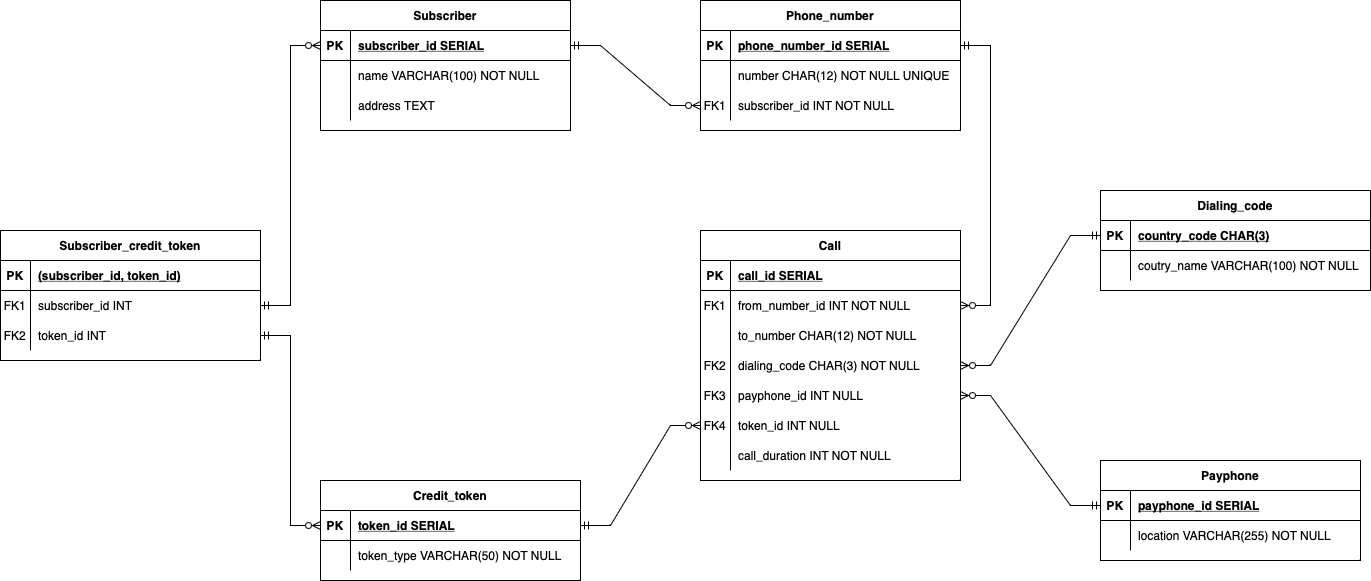
Earlier version of the draw.io export lab1/diagrams/dl_diagram.drawio.png (razgonyaevm/lab_bd). Source tidied: cells renumbered, new cells last; positions are measured from the earlier drawing's top-left corner, leaving out a move shared by most shapes.
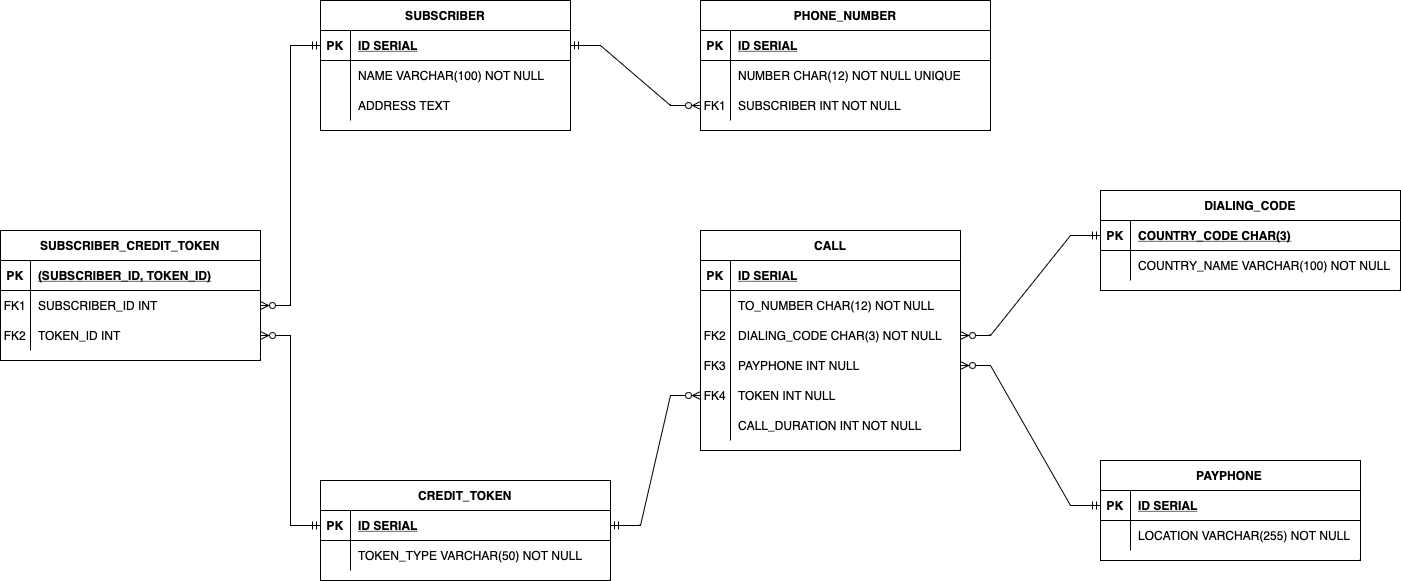
Later version of the same file.

Commit message:
Updated datalogical diagram for lab1

Change to the diagram source:
```diff
@@ -4,7 +4,7 @@
     <mxCell id="1" parent="0" />
-    <mxCell id="2" value="Phone_number" style="shape=table;startSize=30;rowLines=0;fontStyle=1;align=center;" parent="1" vertex="1">
-      <mxGeometry x="700" width="260" height="130" as="geometry" />
+    <mxCell id="2" value="PHONE_NUMBER" style="shape=table;startSize=30;rowLines=0;fontStyle=1;align=center;" parent="1" vertex="1">
+      <mxGeometry x="700" width="290" height="130" as="geometry" />
     </mxCell>
     <mxCell id="3" style="shape=partialRectangle;fillColor=none;points=[[0,0.5],[1,0.5]];portConstraint=eastwest;top=0;left=0;right=0;bottom=1;" parent="2" vertex="1">
-      <mxGeometry y="30" width="260" height="30" as="geometry" />
+      <mxGeometry y="30" width="290" height="30" as="geometry" />
     </mxCell>
@@ -13,7 +13,7 @@
     </mxCell>
-    <mxCell id="5" value="phone_number_id SERIAL" style="shape=partialRectangle;overflow=hidden;fillColor=none;top=0;left=0;bottom=0;right=0;align=left;spacingLeft=6;fontStyle=5;" parent="3" vertex="1">
-      <mxGeometry x="30" width="230" height="30" as="geometry" />
+    <mxCell id="5" value="ID SERIAL" style="shape=partialRectangle;overflow=hidden;fillColor=none;top=0;left=0;bottom=0;right=0;align=left;spacingLeft=6;fontStyle=5;" parent="3" vertex="1">
+      <mxGeometry x="30" width="260" height="30" as="geometry" />
     </mxCell>
     <mxCell id="6" style="shape=partialRectangle;fillColor=none;top=0;left=0;right=0;bottom=0;" parent="2" vertex="1">
-      <mxGeometry y="60" width="260" height="30" as="geometry" />
+      <mxGeometry y="60" width="290" height="30" as="geometry" />
     </mxCell>
@@ -22,7 +22,7 @@
     </mxCell>
-    <mxCell id="8" value="number CHAR(12) NOT NULL UNIQUE" style="shape=partialRectangle;overflow=hidden;fillColor=none;top=0;left=0;bottom=0;right=0;align=left;spacingLeft=6;" parent="6" vertex="1">
-      <mxGeometry x="30" width="230" height="30" as="geometry" />
+    <mxCell id="8" value="NUMBER CHAR(12) NOT NULL UNIQUE" style="shape=partialRectangle;overflow=hidden;fillColor=none;top=0;left=0;bottom=0;right=0;align=left;spacingLeft=6;" parent="6" vertex="1">
+      <mxGeometry x="30" width="260" height="30" as="geometry" />
     </mxCell>
     <mxCell id="9" style="shape=partialRectangle;fillColor=none;points=[[0,0.5],[1,0.5]];portConstraint=eastwest;top=0;left=0;right=0;bottom=0;" parent="2" vertex="1">
-      <mxGeometry y="90" width="260" height="30" as="geometry" />
+      <mxGeometry y="90" width="290" height="30" as="geometry" />
     </mxCell>
@@ -31,10 +31,10 @@
     </mxCell>
-    <mxCell id="11" value="subscriber_id INT NOT NULL" style="shape=partialRectangle;overflow=hidden;fillColor=none;top=0;left=0;bottom=0;right=0;align=left;spacingLeft=6;" parent="9" vertex="1">
-      <mxGeometry x="30" width="230" height="30" as="geometry" />
+    <mxCell id="11" value="SUBSCRIBER INT NOT NULL" style="shape=partialRectangle;overflow=hidden;fillColor=none;top=0;left=0;bottom=0;right=0;align=left;spacingLeft=6;" parent="9" vertex="1">
+      <mxGeometry x="30" width="260" height="30" as="geometry" />
     </mxCell>
-    <mxCell id="12" value="Dialing_code" style="shape=table;startSize=30;rowLines=0;fontStyle=1;align=center;" parent="1" vertex="1">
-      <mxGeometry x="1100" y="190" width="270" height="100" as="geometry" />
+    <mxCell id="12" value="DIALING_CODE" style="shape=table;startSize=30;rowLines=0;fontStyle=1;align=center;" parent="1" vertex="1">
+      <mxGeometry x="1100" y="190" width="300" height="100" as="geometry" />
     </mxCell>
     <mxCell id="13" style="shape=partialRectangle;fillColor=none;points=[[0,0.5],[1,0.5]];portConstraint=eastwest;top=0;left=0;right=0;bottom=1;" parent="12" vertex="1">
-      <mxGeometry y="30" width="270" height="30" as="geometry" />
+      <mxGeometry y="30" width="300" height="30" as="geometry" />
     </mxCell>
@@ -43,7 +43,7 @@
     </mxCell>
-    <mxCell id="15" value="country_code CHAR(3)" style="shape=partialRectangle;overflow=hidden;fillColor=none;top=0;left=0;bottom=0;right=0;align=left;spacingLeft=6;fontStyle=5;" parent="13" vertex="1">
-      <mxGeometry x="30" width="240" height="30" as="geometry" />
+    <mxCell id="15" value="COUNTRY_CODE CHAR(3)" style="shape=partialRectangle;overflow=hidden;fillColor=none;top=0;left=0;bottom=0;right=0;align=left;spacingLeft=6;fontStyle=5;" parent="13" vertex="1">
+      <mxGeometry x="30" width="270" height="30" as="geometry" />
     </mxCell>
     <mxCell id="16" style="shape=partialRectangle;fillColor=none;top=0;left=0;right=0;bottom=0;" parent="12" vertex="1">
-      <mxGeometry y="60" width="270" height="30" as="geometry" />
+      <mxGeometry y="60" width="300" height="30" as="geometry" />
     </mxCell>
@@ -52,6 +52,6 @@
     </mxCell>
-    <mxCell id="18" value="coutry_name VARCHAR(100) NOT NULL" style="shape=partialRectangle;overflow=hidden;fillColor=none;top=0;left=0;bottom=0;right=0;align=left;spacingLeft=6;" parent="16" vertex="1">
-      <mxGeometry x="30" width="240" height="30" as="geometry" />
+    <mxCell id="18" value="COUNTRY_NAME VARCHAR(100) NOT NULL" style="shape=partialRectangle;overflow=hidden;fillColor=none;top=0;left=0;bottom=0;right=0;align=left;spacingLeft=6;" parent="16" vertex="1">
+      <mxGeometry x="30" width="270" height="30" as="geometry" />
     </mxCell>
-    <mxCell id="19" value="Subscriber" style="shape=table;startSize=30;rowLines=0;fontStyle=1;align=center;" parent="1" vertex="1">
+    <mxCell id="19" value="SUBSCRIBER" style="shape=table;startSize=30;rowLines=0;fontStyle=1;align=center;" parent="1" vertex="1">
       <mxGeometry x="320" width="250" height="130" as="geometry" />
@@ -64,3 +64,3 @@
     </mxCell>
-    <mxCell id="22" value="subscriber_id SERIAL" style="shape=partialRectangle;overflow=hidden;fillColor=none;top=0;left=0;bottom=0;right=0;align=left;spacingLeft=6;fontStyle=5;" parent="20" vertex="1">
+    <mxCell id="22" value="ID SERIAL" style="shape=partialRectangle;overflow=hidden;fillColor=none;top=0;left=0;bottom=0;right=0;align=left;spacingLeft=6;fontStyle=5;" parent="20" vertex="1">
       <mxGeometry x="30" width="220" height="30" as="geometry" />
@@ -73,3 +73,3 @@
     </mxCell>
-    <mxCell id="25" value="name VARCHAR(100) NOT NULL" style="shape=partialRectangle;overflow=hidden;fillColor=none;top=0;left=0;bottom=0;right=0;align=left;spacingLeft=6;" parent="23" vertex="1">
+    <mxCell id="25" value="NAME VARCHAR(100) NOT NULL" style="shape=partialRectangle;overflow=hidden;fillColor=none;top=0;left=0;bottom=0;right=0;align=left;spacingLeft=6;" parent="23" vertex="1">
       <mxGeometry x="30" width="220" height="30" as="geometry" />
@@ -82,3 +82,3 @@
     </mxCell>
-    <mxCell id="28" value="address TEXT" style="shape=partialRectangle;overflow=hidden;fillColor=none;top=0;left=0;bottom=0;right=0;align=left;spacingLeft=6;" parent="26" vertex="1">
+    <mxCell id="28" value="ADDRESS TEXT" style="shape=partialRectangle;overflow=hidden;fillColor=none;top=0;left=0;bottom=0;right=0;align=left;spacingLeft=6;" parent="26" vertex="1">
       <mxGeometry x="30" width="220" height="30" as="geometry" />
@@ -88,3 +88,3 @@
     </mxCell>
-    <mxCell id="30" value="Payphone" style="shape=table;startSize=30;rowLines=0;fontStyle=1;align=center;" parent="1" vertex="1">
+    <mxCell id="30" value="PAYPHONE" style="shape=table;startSize=30;rowLines=0;fontStyle=1;align=center;" parent="1" vertex="1">
       <mxGeometry x="1100" y="460" width="260" height="100" as="geometry" />
@@ -97,3 +97,3 @@
     </mxCell>
-    <mxCell id="33" value="payphone_id SERIAL" style="shape=partialRectangle;overflow=hidden;fillColor=none;top=0;left=0;bottom=0;right=0;align=left;spacingLeft=6;fontStyle=5;" parent="31" vertex="1">
+    <mxCell id="33" value="ID SERIAL" style="shape=partialRectangle;overflow=hidden;fillColor=none;top=0;left=0;bottom=0;right=0;align=left;spacingLeft=6;fontStyle=5;" parent="31" vertex="1">
       <mxGeometry x="30" width="230" height="30" as="geometry" />
@@ -106,10 +106,10 @@
     </mxCell>
-    <mxCell id="36" value="location VARCHAR(255) NOT NULL" style="shape=partialRectangle;overflow=hidden;fillColor=none;top=0;left=0;bottom=0;right=0;align=left;spacingLeft=6;" parent="34" vertex="1">
+    <mxCell id="36" value="LOCATION VARCHAR(255) NOT NULL" style="shape=partialRectangle;overflow=hidden;fillColor=none;top=0;left=0;bottom=0;right=0;align=left;spacingLeft=6;" parent="34" vertex="1">
       <mxGeometry x="30" width="230" height="30" as="geometry" />
     </mxCell>
-    <mxCell id="37" value="Credit_token" style="shape=table;startSize=30;rowLines=0;fontStyle=1;align=center;" parent="1" vertex="1">
-      <mxGeometry x="320" y="480" width="260" height="100" as="geometry" />
+    <mxCell id="37" value="CREDIT_TOKEN" style="shape=table;startSize=30;rowLines=0;fontStyle=1;align=center;" parent="1" vertex="1">
+      <mxGeometry x="320" y="480" width="290" height="100" as="geometry" />
     </mxCell>
     <mxCell id="38" style="shape=partialRectangle;fillColor=none;points=[[0,0.5],[1,0.5]];portConstraint=eastwest;top=0;left=0;right=0;bottom=1;" parent="37" vertex="1">
-      <mxGeometry y="30" width="260" height="30" as="geometry" />
+      <mxGeometry y="30" width="290" height="30" as="geometry" />
     </mxCell>
@@ -118,7 +118,7 @@
     </mxCell>
-    <mxCell id="40" value="token_id SERIAL" style="shape=partialRectangle;overflow=hidden;fillColor=none;top=0;left=0;bottom=0;right=0;align=left;spacingLeft=6;fontStyle=5;" parent="38" vertex="1">
-      <mxGeometry x="30" width="230" height="30" as="geometry" />
+    <mxCell id="40" value="ID SERIAL" style="shape=partialRectangle;overflow=hidden;fillColor=none;top=0;left=0;bottom=0;right=0;align=left;spacingLeft=6;fontStyle=5;" parent="38" vertex="1">
+      <mxGeometry x="30" width="260" height="30" as="geometry" />
     </mxCell>
     <mxCell id="41" style="shape=partialRectangle;fillColor=none;top=0;left=0;right=0;bottom=0;" parent="37" vertex="1">
-      <mxGeometry y="60" width="260" height="30" as="geometry" />
+      <mxGeometry y="60" width="290" height="30" as="geometry" />
     </mxCell>
@@ -127,7 +127,7 @@
     </mxCell>
-    <mxCell id="43" value="token_type VARCHAR(50) NOT NULL" style="shape=partialRectangle;overflow=hidden;fillColor=none;top=0;left=0;bottom=0;right=0;align=left;spacingLeft=6;" parent="41" vertex="1">
-      <mxGeometry x="30" width="230" height="30" as="geometry" />
+    <mxCell id="43" value="TOKEN_TYPE VARCHAR(50) NOT NULL" style="shape=partialRectangle;overflow=hidden;fillColor=none;top=0;left=0;bottom=0;right=0;align=left;spacingLeft=6;" parent="41" vertex="1">
+      <mxGeometry x="30" width="260" height="30" as="geometry" />
     </mxCell>
-    <mxCell id="44" value="Call" style="shape=table;startSize=30;rowLines=0;fontStyle=1;align=center;" parent="1" vertex="1">
-      <mxGeometry x="700" y="230" width="260" height="250" as="geometry" />
+    <mxCell id="44" value="CALL" style="shape=table;startSize=30;rowLines=0;fontStyle=1;align=center;" parent="1" vertex="1">
+      <mxGeometry x="700" y="230" width="260" height="220" as="geometry" />
     </mxCell>
@@ -139,16 +139,7 @@
     </mxCell>
-    <mxCell id="47" value="call_id SERIAL" style="shape=partialRectangle;overflow=hidden;fillColor=none;top=0;left=0;bottom=0;right=0;align=left;spacingLeft=6;fontStyle=5;" parent="45" vertex="1">
+    <mxCell id="47" value="ID SERIAL" style="shape=partialRectangle;overflow=hidden;fillColor=none;top=0;left=0;bottom=0;right=0;align=left;spacingLeft=6;fontStyle=5;" parent="45" vertex="1">
       <mxGeometry x="30" width="230" height="30" as="geometry" />
     </mxCell>
-    <mxCell id="48" style="shape=partialRectangle;fillColor=none;points=[[0,0.5],[1,0.5]];portConstraint=eastwest;top=0;left=0;right=0;bottom=0;" parent="44" vertex="1">
-      <mxGeometry y="60" width="260" height="30" as="geometry" />
-    </mxCell>
-    <mxCell id="49" value="FK1" style="shape=partialRectangle;overflow=hidden;fillColor=none;top=0;left=0;bottom=0;right=0;" parent="48" vertex="1">
-      <mxGeometry width="30" height="30" as="geometry" />
-    </mxCell>
-    <mxCell id="50" value="from_number_id INT NOT NULL" style="shape=partialRectangle;overflow=hidden;fillColor=none;top=0;left=0;bottom=0;right=0;align=left;spacingLeft=6;" parent="48" vertex="1">
-      <mxGeometry x="30" width="230" height="30" as="geometry" />
-    </mxCell>
     <mxCell id="51" style="shape=partialRectangle;fillColor=none;top=0;left=0;right=0;bottom=0;" parent="44" vertex="1">
-      <mxGeometry y="90" width="260" height="30" as="geometry" />
+      <mxGeometry y="60" width="260" height="30" as="geometry" />
     </mxCell>
@@ -157,3 +148,3 @@
     </mxCell>
-    <mxCell id="53" value="to_number CHAR(12) NOT NULL" style="shape=partialRectangle;overflow=hidden;fillColor=none;top=0;left=0;bottom=0;right=0;align=left;spacingLeft=6;" parent="51" vertex="1">
+    <mxCell id="53" value="TO_NUMBER CHAR(12) NOT NULL" style="shape=partialRectangle;overflow=hidden;fillColor=none;top=0;left=0;bottom=0;right=0;align=left;spacingLeft=6;" parent="51" vertex="1">
       <mxGeometry x="30" width="230" height="30" as="geometry" />
@@ -161,3 +152,3 @@
     <mxCell id="54" style="shape=partialRectangle;fillColor=none;points=[[0,0.5],[1,0.5]];portConstraint=eastwest;top=0;left=0;right=0;bottom=0;" parent="44" vertex="1">
-      <mxGeometry y="120" width="260" height="30" as="geometry" />
+      <mxGeometry y="90" width="260" height="30" as="geometry" />
     </mxCell>
@@ -166,3 +157,3 @@
     </mxCell>
-    <mxCell id="56" value="dialing_code CHAR(3) NOT NULL" style="shape=partialRectangle;overflow=hidden;fillColor=none;top=0;left=0;bottom=0;right=0;align=left;spacingLeft=6;" parent="54" vertex="1">
+    <mxCell id="56" value="DIALING_CODE CHAR(3) NOT NULL" style="shape=partialRectangle;overflow=hidden;fillColor=none;top=0;left=0;bottom=0;right=0;align=left;spacingLeft=6;" parent="54" vertex="1">
       <mxGeometry x="30" width="230" height="30" as="geometry" />
@@ -170,3 +161,3 @@
     <mxCell id="57" style="shape=partialRectangle;fillColor=none;points=[[0,0.5],[1,0.5]];portConstraint=eastwest;top=0;left=0;right=0;bottom=0;" parent="44" vertex="1">
-      <mxGeometry y="150" width="260" height="30" as="geometry" />
+      <mxGeometry y="120" width="260" height="30" as="geometry" />
     </mxCell>
@@ -175,3 +166,3 @@
     </mxCell>
-    <mxCell id="59" value="payphone_id INT NULL" style="shape=partialRectangle;overflow=hidden;fillColor=none;top=0;left=0;bottom=0;right=0;align=left;spacingLeft=6;" parent="57" vertex="1">
+    <mxCell id="59" value="PAYPHONE INT NULL" style="shape=partialRectangle;overflow=hidden;fillColor=none;top=0;left=0;bottom=0;right=0;align=left;spacingLeft=6;" parent="57" vertex="1">
       <mxGeometry x="30" width="230" height="30" as="geometry" />
@@ -179,3 +170,3 @@
     <mxCell id="60" style="shape=partialRectangle;fillColor=none;points=[[0,0.5],[1,0.5]];portConstraint=eastwest;top=0;left=0;right=0;bottom=0;" parent="44" vertex="1">
-      <mxGeometry y="180" width="260" height="30" as="geometry" />
+      <mxGeometry y="150" width="260" height="30" as="geometry" />
     </mxCell>
@@ -184,3 +175,3 @@
     </mxCell>
-    <mxCell id="62" value="token_id INT NULL" style="shape=partialRectangle;overflow=hidden;fillColor=none;top=0;left=0;bottom=0;right=0;align=left;spacingLeft=6;" parent="60" vertex="1">
+    <mxCell id="62" value="TOKEN INT NULL" style="shape=partialRectangle;overflow=hidden;fillColor=none;top=0;left=0;bottom=0;right=0;align=left;spacingLeft=6;" parent="60" vertex="1">
       <mxGeometry x="30" width="230" height="30" as="geometry" />
@@ -188,3 +179,3 @@
     <mxCell id="63" style="shape=partialRectangle;fillColor=none;top=0;left=0;right=0;bottom=0;" parent="44" vertex="1">
-      <mxGeometry y="210" width="260" height="30" as="geometry" />
+      <mxGeometry y="180" width="260" height="30" as="geometry" />
     </mxCell>
@@ -193,6 +184,6 @@
     </mxCell>
-    <mxCell id="65" value="call_duration INT NOT NULL" style="shape=partialRectangle;overflow=hidden;fillColor=none;top=0;left=0;bottom=0;right=0;align=left;spacingLeft=6;" parent="63" vertex="1">
+    <mxCell id="65" value="CALL_DURATION INT NOT NULL" style="shape=partialRectangle;overflow=hidden;fillColor=none;top=0;left=0;bottom=0;right=0;align=left;spacingLeft=6;" parent="63" vertex="1">
       <mxGeometry x="30" width="230" height="30" as="geometry" />
     </mxCell>
-    <mxCell id="66" value="Subscriber_credit_token" style="shape=table;startSize=30;rowLines=0;fontStyle=1;align=center;" parent="1" vertex="1">
+    <mxCell id="66" value="SUBSCRIBER_CREDIT_TOKEN" style="shape=table;startSize=30;rowLines=0;fontStyle=1;align=center;" parent="1" vertex="1">
       <mxGeometry y="230" width="260" height="130" as="geometry" />
@@ -205,3 +196,3 @@
     </mxCell>
-    <mxCell id="69" value="(subscriber_id, token_id)" style="shape=partialRectangle;overflow=hidden;fillColor=none;top=0;left=0;bottom=0;right=0;align=left;spacingLeft=6;fontStyle=5;" parent="67" vertex="1">
+    <mxCell id="69" value="(SUBSCRIBER_ID, TOKEN_ID)" style="shape=partialRectangle;overflow=hidden;fillColor=none;top=0;left=0;bottom=0;right=0;align=left;spacingLeft=6;fontStyle=5;" parent="67" vertex="1">
       <mxGeometry x="30" width="230" height="30" as="geometry" />
@@ -214,3 +205,3 @@
     </mxCell>
-    <mxCell id="72" value="subscriber_id INT" style="shape=partialRectangle;overflow=hidden;fillColor=none;top=0;left=0;bottom=0;right=0;align=left;spacingLeft=6;" parent="70" vertex="1">
+    <mxCell id="72" value="SUBSCRIBER_ID INT" style="shape=partialRectangle;overflow=hidden;fillColor=none;top=0;left=0;bottom=0;right=0;align=left;spacingLeft=6;" parent="70" vertex="1">
       <mxGeometry x="30" width="230" height="30" as="geometry" />
@@ -223,9 +214,9 @@
     </mxCell>
-    <mxCell id="75" value="token_id INT" style="shape=partialRectangle;overflow=hidden;fillColor=none;top=0;left=0;bottom=0;right=0;align=left;spacingLeft=6;" parent="73" vertex="1">
+    <mxCell id="75" value="TOKEN_ID INT" style="shape=partialRectangle;overflow=hidden;fillColor=none;top=0;left=0;bottom=0;right=0;align=left;spacingLeft=6;" parent="73" vertex="1">
       <mxGeometry x="30" width="230" height="30" as="geometry" />
     </mxCell>
-    <mxCell id="76" style="edgeStyle=entityRelationEdgeStyle;fontSize=12;html=1;endArrow=ERzeroToMany;startArrow=ERmandOne;rounded=0;exitX=1;exitY=0.5;exitDx=0;exitDy=0;entryX=0;entryY=0.5;entryDx=0;entryDy=0;" parent="1" edge="1" source="70" target="20">
+    <mxCell id="76" style="edgeStyle=entityRelationEdgeStyle;fontSize=12;html=1;endArrow=ERzeroToMany;startArrow=ERmandOne;rounded=0;exitX=0;exitY=0.5;exitDx=0;exitDy=0;entryX=1;entryY=0.5;entryDx=0;entryDy=0;" parent="1" edge="1" source="20" target="70">
       <mxGeometry relative="1" as="geometry" />
     </mxCell>
-    <mxCell id="77" style="edgeStyle=entityRelationEdgeStyle;fontSize=12;html=1;endArrow=ERzeroToMany;startArrow=ERmandOne;rounded=0;exitX=1;exitY=0.5;exitDx=0;exitDy=0;entryX=0;entryY=0.5;entryDx=0;entryDy=0;" parent="1" edge="1" source="73" target="38">
+    <mxCell id="77" style="edgeStyle=entityRelationEdgeStyle;fontSize=12;html=1;endArrow=ERzeroToMany;startArrow=ERmandOne;rounded=0;entryX=1;entryY=0.5;entryDx=0;entryDy=0;exitX=0;exitY=0.5;exitDx=0;exitDy=0;" parent="1" edge="1" source="38" target="73">
       <mxGeometry relative="1" as="geometry" />
@@ -241,5 +232,2 @@
     </mxCell>
-    <mxCell id="81" style="edgeStyle=entityRelationEdgeStyle;fontSize=12;html=1;endArrow=ERzeroToMany;startArrow=ERmandOne;rounded=0;exitX=1;exitY=0.5;exitDx=0;exitDy=0;entryX=1;entryY=0.5;entryDx=0;entryDy=0;" parent="1" edge="1" source="3" target="48">
-      <mxGeometry relative="1" as="geometry" />
-    </mxCell>
   </root>
```
